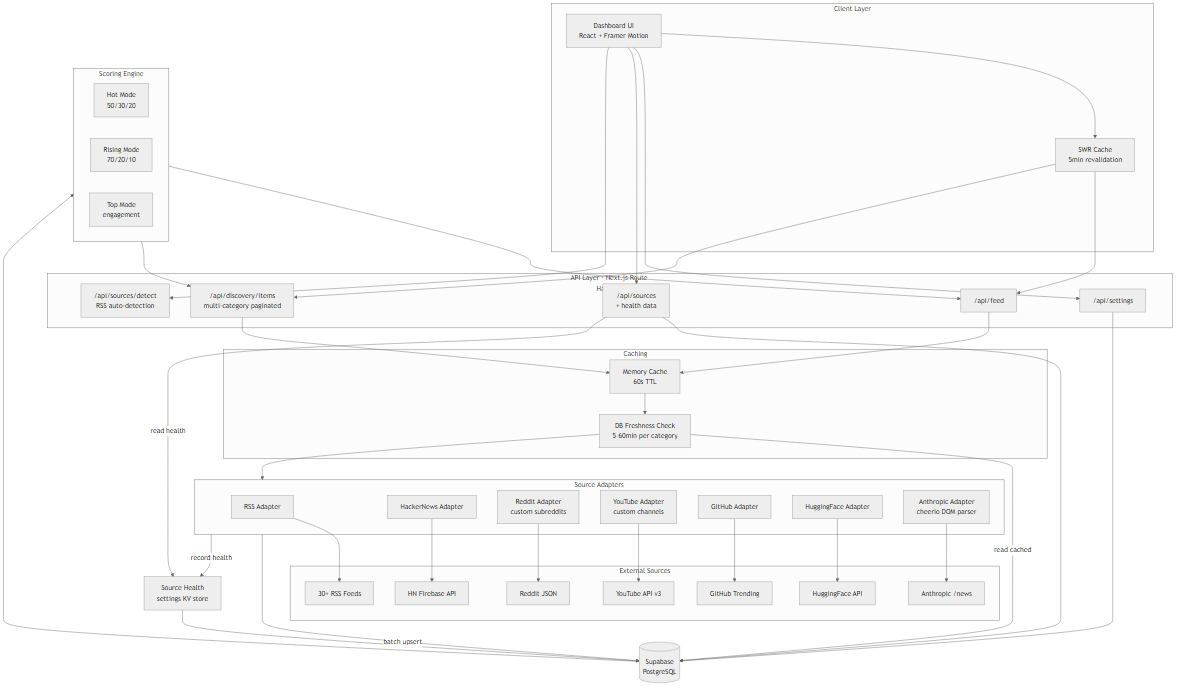
Above: docs/architecture.png in yairbederman/AI-Trends-Dashboard (Mermaid), before the change. Its source is kept beside it as docs/architecture.mmd.
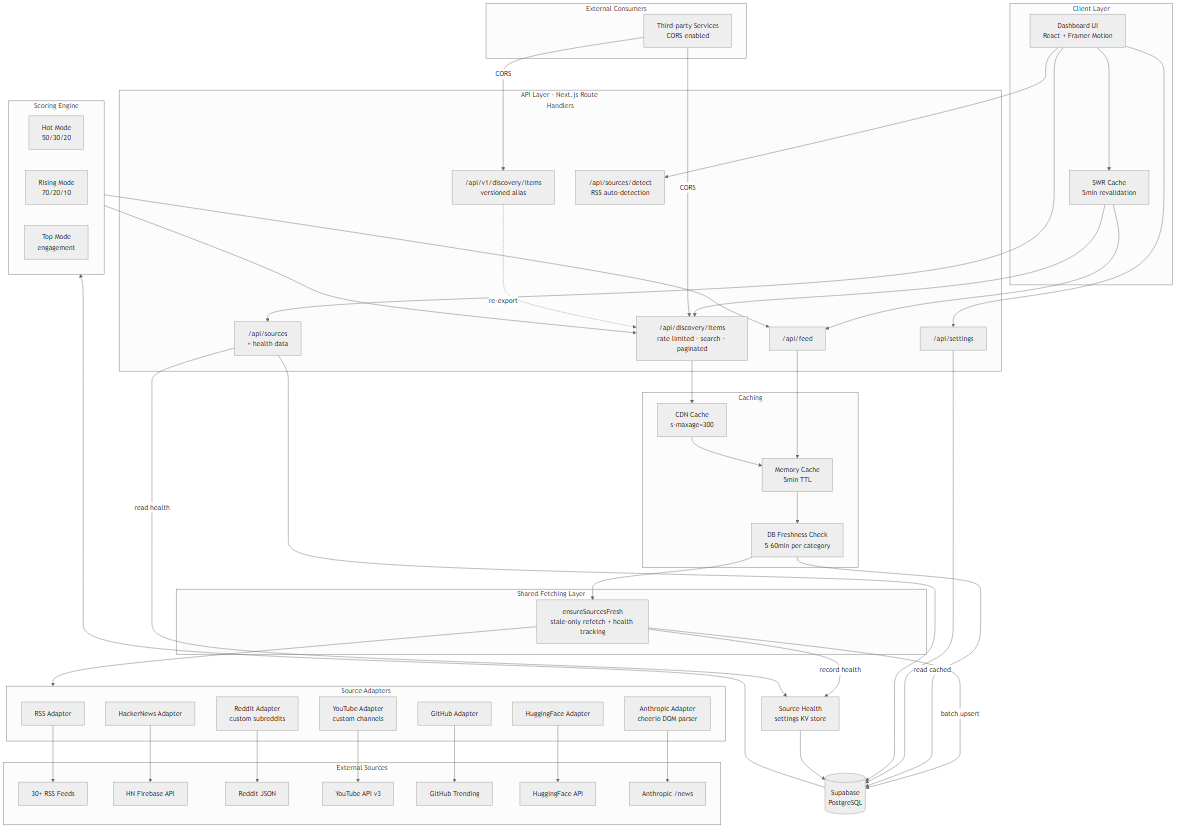
The same file after the commit.

Change to the diagram source:
```diff
@@ -4,17 +4,27 @@
         SWR[SWR Cache<br/>5min revalidation]
     end
 
+    subgraph ExtConsumers["External Consumers"]
+        ThirdParty[Third-party Services<br/>CORS enabled]
+    end
+
     subgraph API["API Layer · Next.js Route Handlers"]
         Feed["/api/feed"]
-        Discovery["/api/discovery/items<br/>multi-category paginated"]
+        Discovery["/api/discovery/items<br/>rate limited · search · paginated"]
+        V1["/api/v1/discovery/items<br/>versioned alias"]
         Settings["/api/settings"]
         Sources["/api/sources<br/>+ health data"]
         Detect["/api/sources/detect<br/>RSS auto-detection"]
     end
 
     subgraph Cache["Caching"]
-        MemCache[Memory Cache<br/>60s TTL]
+        MemCache[Memory Cache<br/>5min TTL]
+        CDNCache[CDN Cache<br/>s-maxage=300]
         DBCache[DB Freshness Check<br/>5–60min per category]
+    end
+
+    subgraph Fetching["Shared Fetching Layer"]
+        EnsureFresh[ensureSourcesFresh<br/>stale-only refetch + health tracking]
     end
 
     subgraph Adapters["Source Adapters"]
@@ -53,10 +63,16 @@
     UI --> Sources
     UI --> Detect
 
+    ThirdParty -->|CORS| Discovery
+    ThirdParty -->|CORS| V1
+    V1 -.->|re-export| Discovery
+
     Feed --> MemCache
-    Discovery --> MemCache
+    Discovery --> CDNCache
+    CDNCache --> MemCache
     MemCache --> DBCache
-    DBCache --> Adapters
+    DBCache --> EnsureFresh
+    EnsureFresh --> Adapters
 
     RSS --> RSSFeeds
     HN --> HNAPI
@@ -66,8 +82,8 @@
     HF --> HFAPI
     Anth --> AnthNews
 
-    Adapters -->|batch upsert| DB
-    Adapters -->|record health| Health
+    EnsureFresh -->|batch upsert| DB
+    EnsureFresh -->|record health| Health
     DBCache -->|read cached| DB
     Settings --> DB
     Sources --> DB
```
